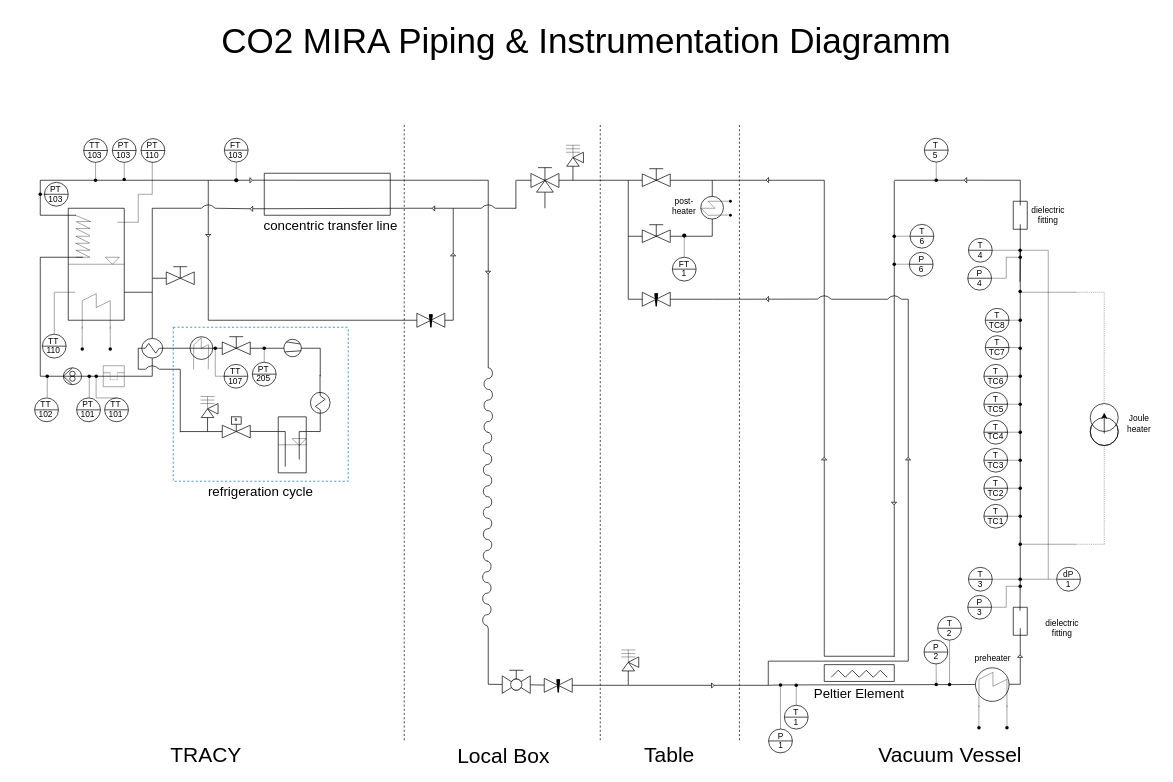
This is MIRA.drawio from PK-4EDU/PID, a draw.io file, before an edit. Source tidied: cells renumbered, new cells numbered last; positions are measured from the earlier drawing's top-left corner, leaving out a move shared by most shapes. Both pictures are drawn from the tidied source at 70%, with x=0, y=0 at pixel (12, 12).
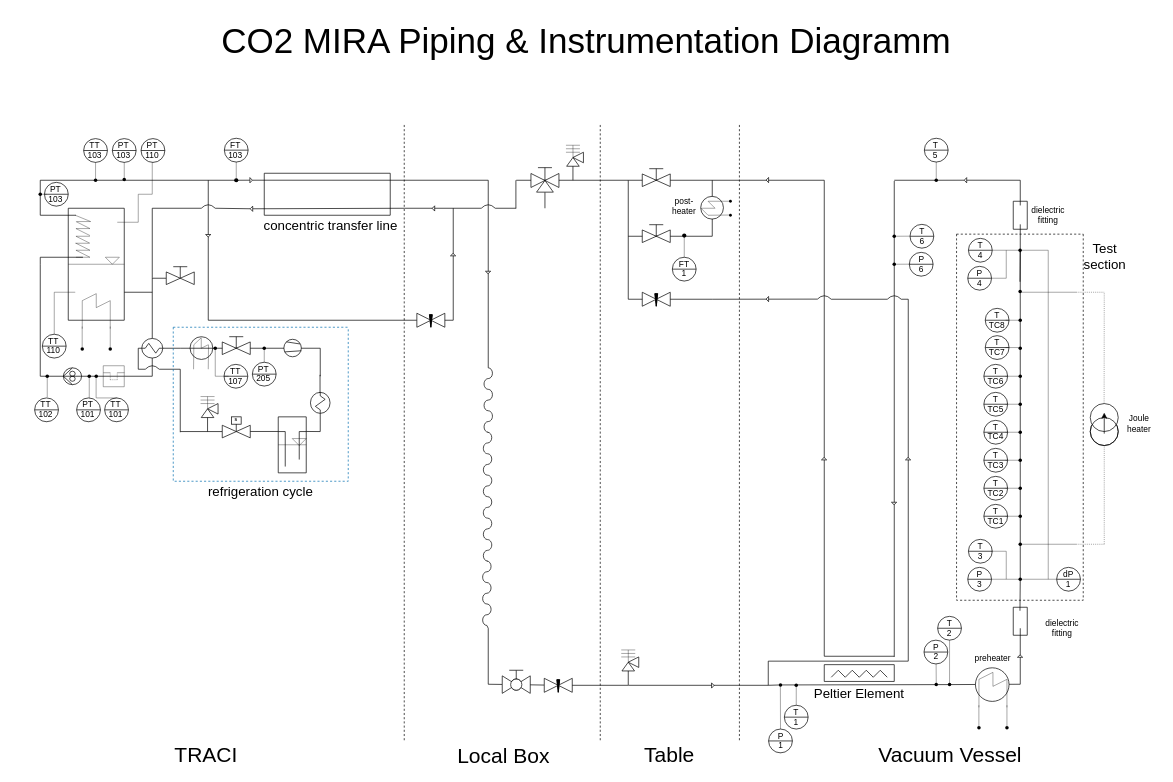
The same diagram, later.

The change refers to these unchanged cells:
```xml
<mxCell id="279" style="shape=waypoint;sketch=0;fillStyle=solid;size=6;points=[];fillColor=none;perimeter=centerPerimeter;snapToPoint=1;strokeWidth=0.5;" parent="1" vertex="1">
  <mxGeometry x="1430" y="800" width="20" height="20" as="geometry" />
</mxCell>
```

What changed in the source:
```diff
@@
     <mxCell id="90" value="&lt;table cellpadding=&quot;0&quot; cellspacing=&quot;0&quot; style=&quot;font-size:1em;width:100%;height:100%;&quot;&gt;&lt;tbody&gt;&lt;tr&gt;&lt;td align=&quot;center&quot; height=&quot;25&quot;&gt;&lt;br&gt;&lt;/td&gt;&lt;/tr&gt;&lt;tr&gt;&lt;td align=&quot;center&quot; height=&quot;25&quot;&gt;&lt;br&gt;&lt;/td&gt;&lt;/tr&gt;&lt;tr&gt;&lt;td align=&quot;center&quot; valign=&quot;bottom&quot;&gt;&lt;/td&gt;&lt;/tr&gt;&lt;/tbody&gt;&lt;/table&gt;" style="html=1;align=center;dashed=0;shape=mxgraph.pid2inst.indicator;mounting=room;overflow=fill;indType=inst;" parent="1" vertex="1">
-      <mxGeometry x="1366" y="793" width="34" height="30" as="geometry" />
+      <mxGeometry x="1366" y="753" width="34" height="30" as="geometry" />
     </mxCell>
     <mxCell id="91" value="T" style="text;strokeColor=none;align=center;fillColor=none;html=1;verticalAlign=middle;whiteSpace=wrap;rounded=0;" parent="1" vertex="1">
-      <mxGeometry x="1368" y="793" width="30" height="20" as="geometry" />
+      <mxGeometry x="1368" y="753" width="30" height="20" as="geometry" />
     </mxCell>
     <mxCell id="92" value="3" style="text;strokeColor=none;align=center;fillColor=none;html=1;verticalAlign=middle;whiteSpace=wrap;rounded=0;" parent="1" vertex="1">
-      <mxGeometry x="1368" y="807" width="30" height="20" as="geometry" />
+      <mxGeometry x="1368" y="767" width="30" height="20" as="geometry" />
     </mxCell>
     <mxCell id="93" style="endArrow=none;html=1;rounded=0;strokeWidth=0.5;" parent="1" edge="1" source="279">
       <mxGeometry relative="1" as="geometry">
-        <mxPoint x="1400" y="810" as="targetPoint" />
+        <mxPoint x="1420" y="810" as="targetPoint" />
       </mxGeometry>
     </mxCell>
@@
-    <mxCell id="305" value="&lt;font style=&quot;font-size: 30px;&quot;&gt;TRACY&lt;/font&gt;" style="text;strokeColor=none;align=center;fillColor=none;html=1;verticalAlign=middle;whiteSpace=wrap;rounded=0;" parent="1" vertex="1">
+    <mxCell id="305" value="&lt;div&gt;&lt;font style=&quot;font-size: 30px;&quot;&gt;TRACI&lt;/font&gt;&lt;/div&gt;" style="text;strokeColor=none;align=center;fillColor=none;html=1;verticalAlign=middle;whiteSpace=wrap;rounded=0;" parent="1" vertex="1">
       <mxGeometry x="217" y="1040" width="120" height="40" as="geometry" />
     </mxCell>
@@
     <mxCell id="328" value="&lt;table cellpadding=&quot;0&quot; cellspacing=&quot;0&quot; style=&quot;font-size:1em;width:100%;height:100%;&quot;&gt;&lt;tbody&gt;&lt;tr&gt;&lt;td align=&quot;center&quot; height=&quot;25&quot;&gt;&lt;br&gt;&lt;/td&gt;&lt;/tr&gt;&lt;tr&gt;&lt;td align=&quot;center&quot; height=&quot;25&quot;&gt;&lt;br&gt;&lt;/td&gt;&lt;/tr&gt;&lt;tr&gt;&lt;td align=&quot;center&quot; valign=&quot;bottom&quot;&gt;&lt;/td&gt;&lt;/tr&gt;&lt;/tbody&gt;&lt;/table&gt;" style="html=1;align=center;dashed=0;shape=mxgraph.pid2inst.indicator;mounting=room;overflow=fill;indType=inst;" parent="1" vertex="1">
-      <mxGeometry x="1365" y="833" width="34" height="30" as="geometry" />
+      <mxGeometry x="1365" y="793" width="34" height="30" as="geometry" />
     </mxCell>
     <mxCell id="329" value="P" style="text;strokeColor=none;align=center;fillColor=none;html=1;verticalAlign=middle;whiteSpace=wrap;rounded=0;" parent="1" vertex="1">
-      <mxGeometry x="1367" y="833" width="30" height="20" as="geometry" />
+      <mxGeometry x="1367" y="793" width="30" height="20" as="geometry" />
     </mxCell>
     <mxCell id="330" value="3" style="text;strokeColor=none;align=center;fillColor=none;html=1;verticalAlign=middle;whiteSpace=wrap;rounded=0;" parent="1" vertex="1">
-      <mxGeometry x="1367" y="847" width="30" height="20" as="geometry" />
+      <mxGeometry x="1367" y="807" width="30" height="20" as="geometry" />
     </mxCell>
     <mxCell id="331" style="endArrow=none;html=1;rounded=0;strokeWidth=0.5;" parent="1" edge="1">
       <mxGeometry relative="1" as="geometry">
-        <mxPoint x="1420" y="850" as="sourcePoint" />
-        <mxPoint x="1399" y="850" as="targetPoint" />
+        <mxPoint x="1420" y="810" as="sourcePoint" />
+        <mxPoint x="1399" y="810" as="targetPoint" />
       </mxGeometry>
     </mxCell>
     <mxCell id="332" style="endArrow=none;html=1;rounded=0;strokeWidth=0.5;" parent="1" edge="1">
       <mxGeometry relative="1" as="geometry">
-        <mxPoint x="1420" y="820" as="sourcePoint" />
-        <mxPoint x="1420" y="850" as="targetPoint" />
+        <mxPoint x="1420" y="810" as="sourcePoint" />
+        <mxPoint x="1420" y="770" as="targetPoint" />
       </mxGeometry>
     </mxCell>
     <mxCell id="333" style="endArrow=none;html=1;rounded=0;strokeWidth=0.5;" parent="1" edge="1">
       <mxGeometry relative="1" as="geometry">
-        <mxPoint x="1440.5" y="820" as="sourcePoint" />
-        <mxPoint x="1419.5" y="820" as="targetPoint" />
+        <mxPoint x="1420" y="770" as="sourcePoint" />
+        <mxPoint x="1398.5" y="770" as="targetPoint" />
       </mxGeometry>
     </mxCell>
-    <mxCell id="334" style="shape=waypoint;sketch=0;fillStyle=solid;size=6;fillColor=none;perimeter=centerPerimeter;strokeWidth=0.5;" parent="1" vertex="1">
-      <mxGeometry x="1430" y="810" width="20" height="20" as="geometry" />
-    </mxCell>
@@
     <mxCell id="346" style="endArrow=none;html=1;rounded=0;strokeWidth=0.5;" parent="1" edge="1">
       <mxGeometry relative="1" as="geometry">
-        <mxPoint x="1420" y="350" as="sourcePoint" />
+        <mxPoint x="1420" y="340" as="sourcePoint" />
         <mxPoint x="1420" y="380" as="targetPoint" />
       </mxGeometry>
     </mxCell>
-    <mxCell id="347" style="endArrow=none;html=1;rounded=0;strokeWidth=0.5;" parent="1" edge="1">
-      <mxGeometry relative="1" as="geometry">
-        <mxPoint x="1440" y="350" as="sourcePoint" />
-        <mxPoint x="1419.5" y="350" as="targetPoint" />
-      </mxGeometry>
-    </mxCell>
@@
-    <mxCell id="349" style="shape=waypoint;sketch=0;fillStyle=solid;size=6;fillColor=none;perimeter=centerPerimeter;strokeWidth=0.5;" parent="1" vertex="1">
-      <mxGeometry x="1430" y="340" width="20" height="20" as="geometry" />
-    </mxCell>
@@
+    <mxCell id="423" style="swimlane;startSize=0;strokeColor=light-dark(#000000,#FF0000);dashed=1;fillColor=light-dark(#FFFFFF,#FF0000);" parent="1" vertex="1">
+      <mxGeometry x="1349" y="317" width="181" height="523" as="geometry" />
+    </mxCell>
+    <mxCell id="424" value="&lt;font style=&quot;font-size: 19px; color: light-dark(rgb(0, 0, 0), rgb(255, 0, 0));&quot;&gt;Test section&lt;/font&gt;" style="text;strokeColor=none;align=center;fillColor=none;html=1;verticalAlign=middle;whiteSpace=wrap;rounded=0;" parent="1" vertex="1">
+      <mxGeometry x="1531" y="318" width="60" height="62" as="geometry" />
+    </mxCell>
```
